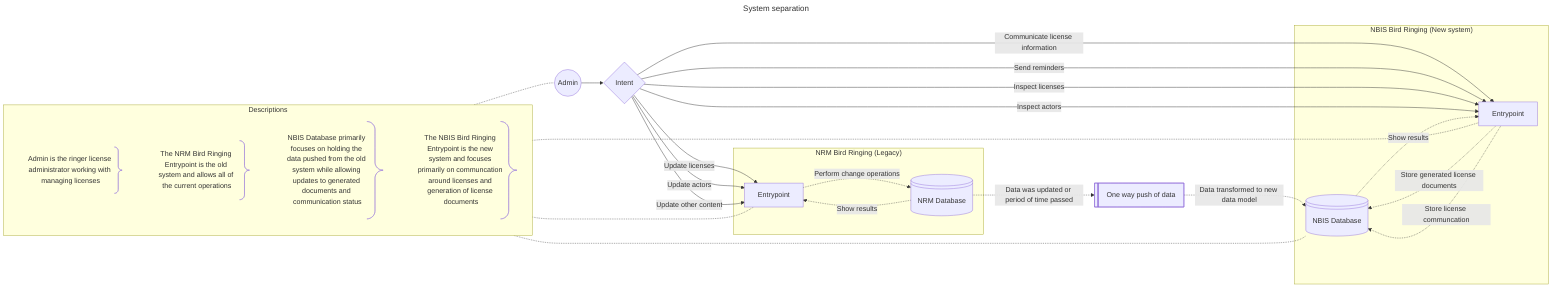
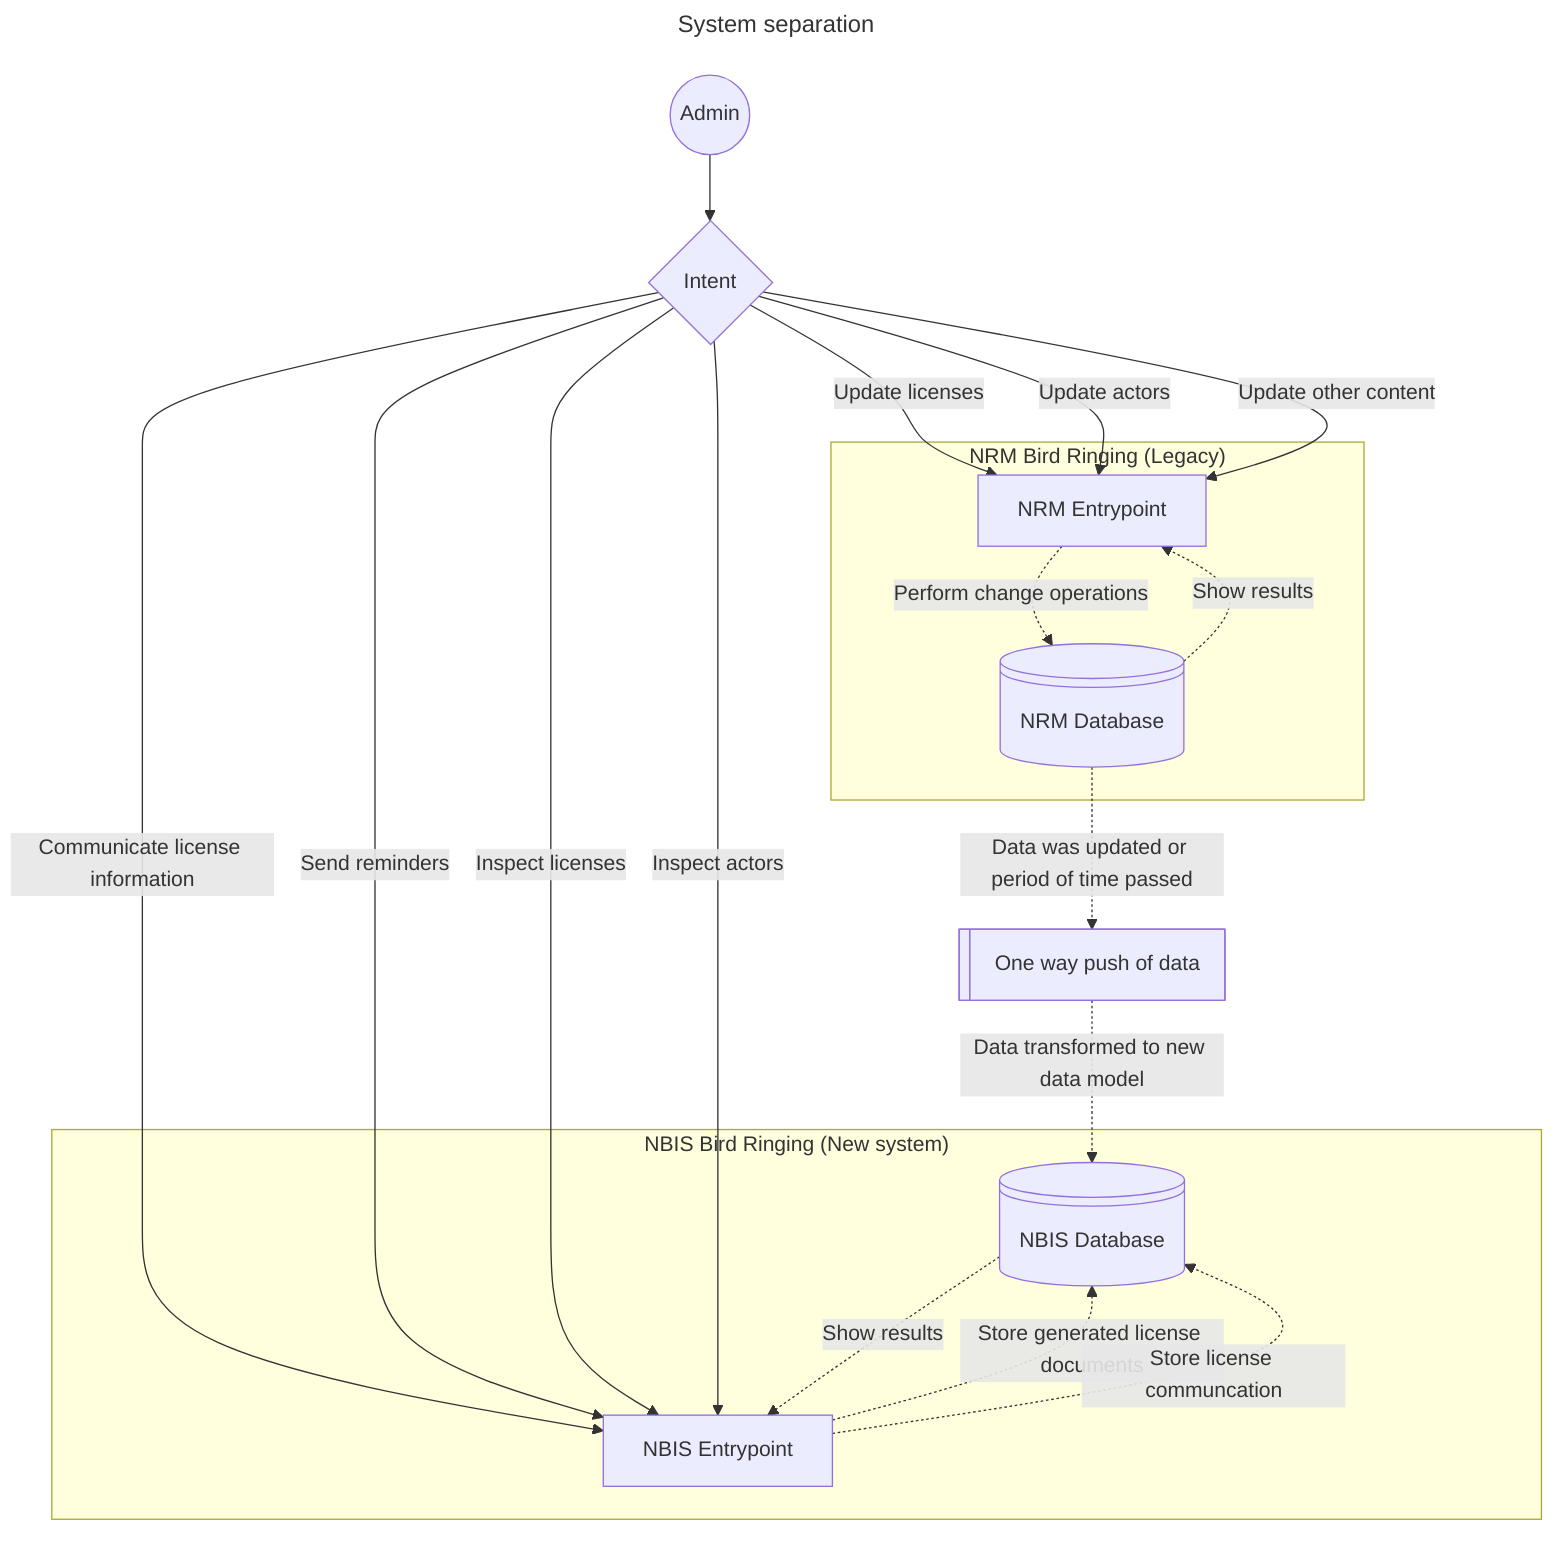
---
title: System separation
+ descriptions:
+ - title: Admin
+   content: Admin is the ringer license administrator working with managing licenses
+ - title: NRM Entrypoint
+   content: The NRM Bird Ringing Entrypoint is the old system and allows all of the current operations
+ - title: NBIS Data
+   content: NBIS Database primarily focuses on holding the data pushed from the old system while allowing updates to generated documents and communication status
+ - title: NBIS Entrypoint
+   content: The NBIS Bird Ringing Entrypoint is the new system and focuses primarily on communcation around licenses and generation of license documents
---

- flowchart LR
+ flowchart TD
    admin@{ shape: circle, label: "Admin" }
    intent@{ shape: diamond, label: "Intent" }

-     subgraph descriptions["Descriptions"]
-         direction TB
-         admin_desc@{ shape: brace-r, label: "Admin is the ringer license administrator working with managing licenses"}
-         nrm_entrypoint_desc@{ shape: brace-r, label: "The NRM Bird Ringing Entrypoint is the old system and allows all of the current operations"}
-         nbis_data_desc@{ shape: brace-r, label: "NBIS Database primarily focuses on holding the data pushed from the old system while allowing updates to generated documents and communication status"}
-         nbis_entrypoint_desc@{ shape: brace-r, label: "The NBIS Bird Ringing Entrypoint is the new system and focuses primarily on communcation around licenses and generation of license documents"}
-     end
- 
    subgraph nrm_bird_ringing["NRM Bird Ringing (Legacy)"]
-         nrm_entrypoint["Entrypoint"]
+         nrm_entrypoint["NRM Entrypoint"]
        nrm_data@{ shape: lin-cyl, label: "NRM Database" }
    end

    subgraph nbis_bird_ringing["NBIS Bird Ringing (New system)"]
-         nbis_entrypoint["Entrypoint"]
+         nbis_entrypoint["NBIS Entrypoint"]
        nbis_data@{ shape: lin-cyl, label: "NBIS Database" }
    end

    one_way_push@{ shape: lin-rect, label: "One way push of data" }
- 
-     admin_desc -.- admin
-     nbis_data_desc -.- nbis_data
-     nbis_entrypoint_desc -.- nbis_entrypoint
-     nrm_entrypoint_desc -.- nrm_entrypoint

    admin --> intent

    intent -- "Update licenses" --> nrm_entrypoint
    intent -- "Update actors" --> nrm_entrypoint
    intent -- "Update other content" --> nrm_entrypoint

    nrm_entrypoint -. "Perform change operations" .-> nrm_data
    nrm_data -. "Show results" .-> nrm_entrypoint


    intent -- "Communicate license information" --> nbis_entrypoint
    intent -- "Send reminders" --> nbis_entrypoint
    intent -- "Inspect licenses" --> nbis_entrypoint
    intent -- "Inspect actors" --> nbis_entrypoint

    nbis_entrypoint -. "Store generated license documents" .-> nbis_data
    nbis_entrypoint -. "Store license communcation" .-> nbis_data
    nbis_data -. "Show results" .-> nbis_entrypoint

    nrm_data -. "Data was updated or period of time passed" .-> one_way_push
    one_way_push -. "Data transformed to new data model" .-> nbis_data